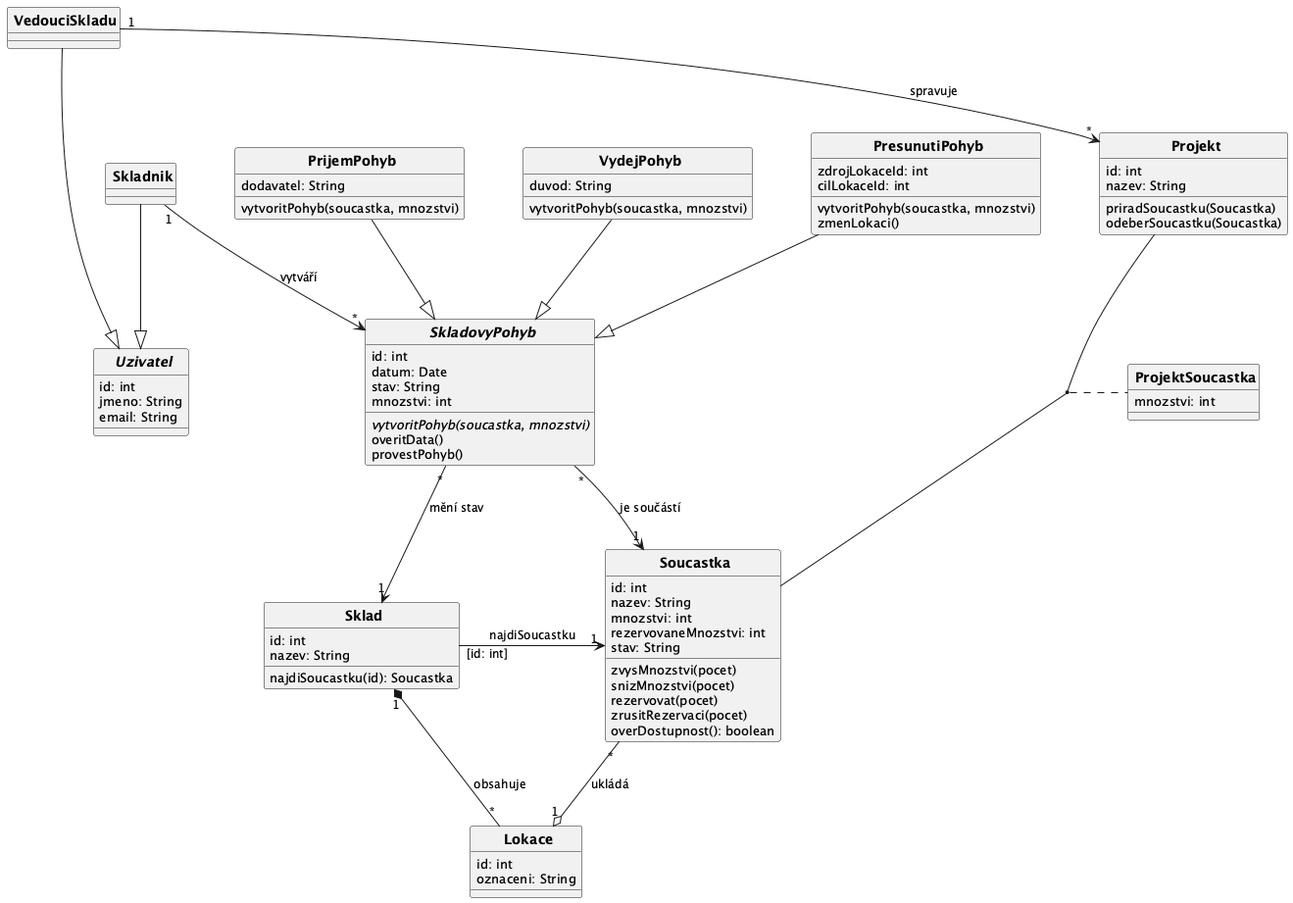
Before: diagrams/docs/images/02_class_diagram.png, a diagram exported from PlantUML (lkvapil/kOdevzdaniProjektWMS).
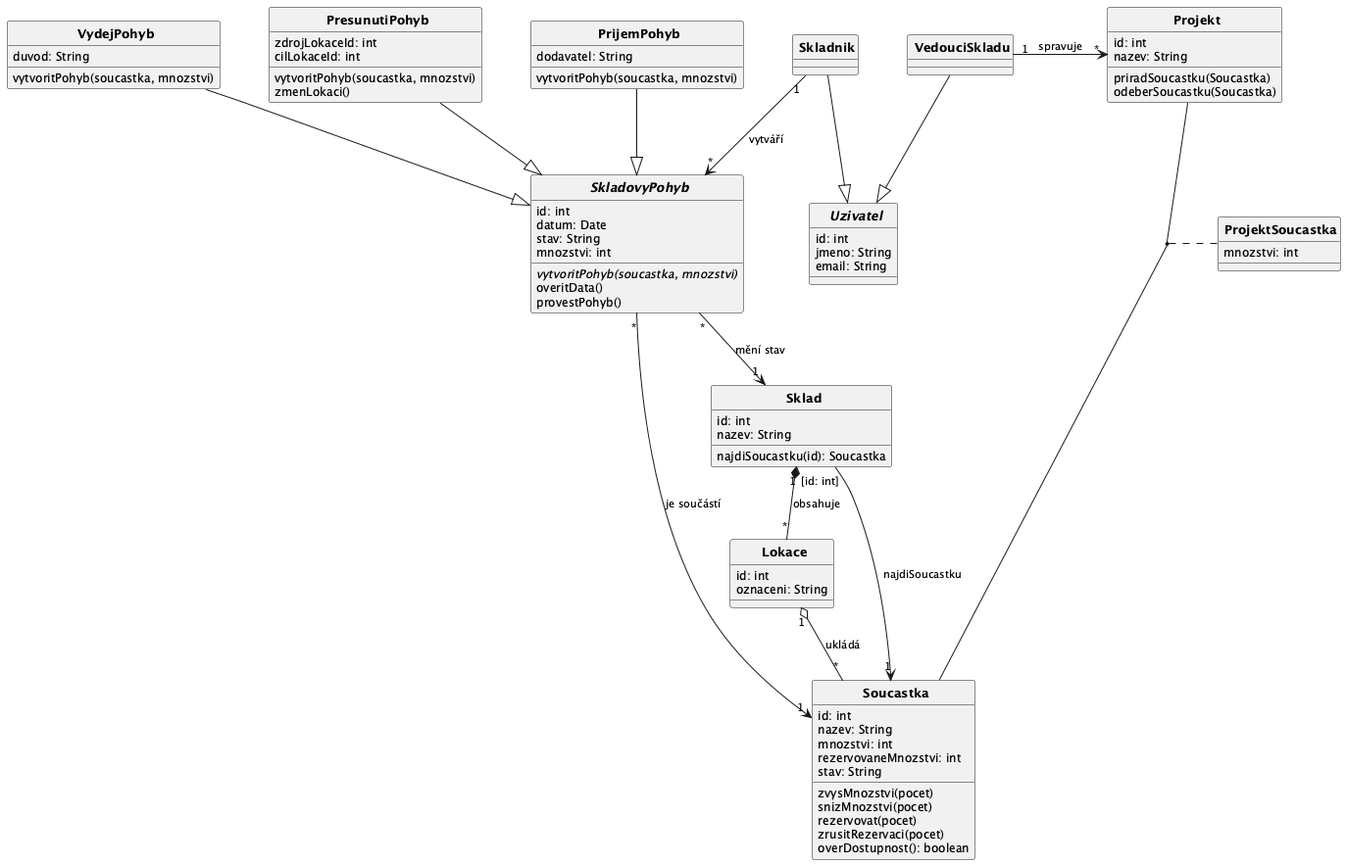
The same diagram one commit later.

Commit message:
feat: class diagram v3 layout, arrow labels fix, ASCII comments

The edit, as a diff of the source:
```diff
@@ -2,12 +2,12 @@
 top to bottom direction
 skinparam CircledCharacterRadius 0
 skinparam CircledCharacterFontSize 0
-skinparam defaultFontSize 13
-skinparam classFontSize 14
+skinparam defaultFontSize 12
+skinparam classFontSize 13
 skinparam classFontStyle bold
-skinparam ArrowFontSize 12
-skinparam nodesep 60
-skinparam ranksep 70
+skinparam ArrowFontSize 11
+skinparam nodesep 50
+skinparam ranksep 60
 
 abstract class Uzivatel {
   id: int
@@ -83,29 +83,21 @@
   overDostupnost(): boolean
 }
 
-PrijemPohyb    --|> SkladovyPohyb
-VydejPohyb     --|> SkladovyPohyb
-PresunutiPohyb --|> SkladovyPohyb
-Skladnik       --|> Uzivatel
-VedouciSkladu  --|> Uzivatel
+PrijemPohyb    -down-|> SkladovyPohyb
+VydejPohyb     -down-|> SkladovyPohyb
+PresunutiPohyb -down-|> SkladovyPohyb
+Skladnik       -down-|> Uzivatel
+VedouciSkladu  -down-|> Uzivatel
 
 (Projekt, Soucastka) .. ProjektSoucastka
-Projekt -[hidden]right- ProjektSoucastka
 
 Sklad "[id: int]" --> "1" Soucastka : najdiSoucastku
 
-SkladovyPohyb "*" --> "1" Soucastka     : je součástí
-Sklad         "1" *-- "*" Lokace        : obsahuje
-Lokace        "1" o-- "*" Soucastka     : ukládá
-SkladovyPohyb "*" --> "1" Sklad         : mění stav
-Skladnik      "1" --> "*" SkladovyPohyb : vytváří
-VedouciSkladu "1" --> "*" Projekt       : spravuje
-
-Uzivatel      -[hidden]right- SkladovyPohyb
-SkladovyPohyb -[hidden]right- Soucastka
-Soucastka     -[hidden]right- Sklad
-Skladnik      -[hidden]right- PrijemPohyb
-PrijemPohyb   -[hidden]right- VydejPohyb
-VydejPohyb    -[hidden]right- PresunutiPohyb
+VedouciSkladu "1"  -right-> "*" Projekt       : spravuje
+Skladnik      "1"  -->      "*" SkladovyPohyb : vytváří
+SkladovyPohyb "*"  -->      "1" Sklad         : mění stav
+SkladovyPohyb "*"  -->      "1" Soucastka     : je součástí
+Sklad         "1"  *--      "*" Lokace        : obsahuje
+Lokace        "1"  o--      "*" Soucastka     : ukládá
 
 @enduml
```
